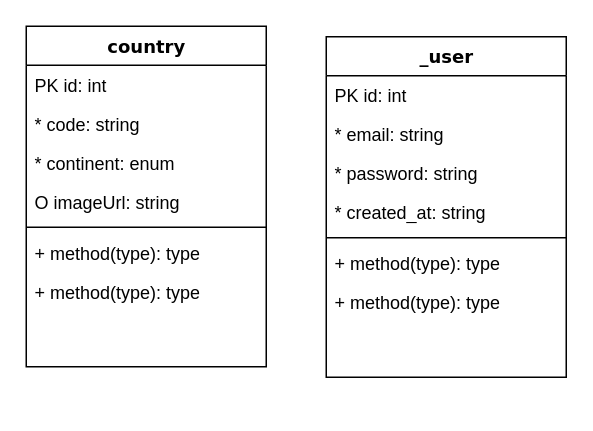
Earlier version of the draw.io diagram index.drawio (Sephsuu/emirates-airport). Source tidied: cells renumbered, new cells numbered last; positions are measured from the earlier drawing's top-left corner, leaving out a move shared by most shapes. Both pictures are drawn from the tidied source at 150%, with x=0, y=0 at pixel (26, 26).
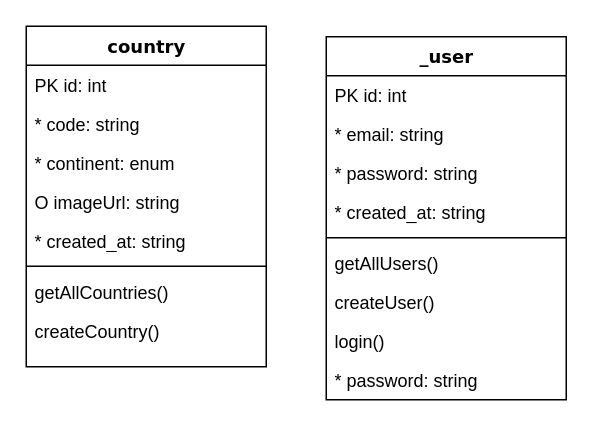
The same diagram, later.

Unchanged cells that the change refers to:
```xml
<mxCell id="2" value="country" style="swimlane;html=1;fontStyle=1;align=center;verticalAlign=top;horizontal=1;startSize=26;swimlaneFillColor=#ffffff;rounded=0;shadow=0;comic=0;labelBackgroundColor=none;strokeWidth=1;fillColor=none;fontFamily=Verdana;fontSize=12;" parent="1" vertex="1">
  <mxGeometry width="160" height="227" as="geometry" />
</mxCell>
```

Diff of the diagram source:
```diff
@@
+    <mxCell id="18" value="* created_at: string" style="text;html=1;strokeColor=none;fillColor=none;align=left;verticalAlign=top;spacingLeft=4;spacingRight=4;whiteSpace=wrap;overflow=hidden;" parent="2" vertex="1">
+      <mxGeometry y="130" width="160" height="26" as="geometry" />
+    </mxCell>
     <mxCell id="7" style="line;html=1;strokeWidth=1;fillColor=none;align=left;verticalAlign=middle;spacingTop=-1;spacingLeft=3;spacingRight=3;labelPosition=right;" parent="2" vertex="1">
-      <mxGeometry y="130" width="160" height="8" as="geometry" />
+      <mxGeometry y="156" width="160" height="8" as="geometry" />
     </mxCell>
-    <mxCell id="8" value="+ method(type): type" style="text;html=1;strokeColor=none;fillColor=none;align=left;verticalAlign=top;spacingLeft=4;spacingRight=4;whiteSpace=wrap;overflow=hidden;" parent="2" vertex="1">
-      <mxGeometry y="138" width="160" height="26" as="geometry" />
+    <mxCell id="8" value="getAllCountries()" style="text;html=1;strokeColor=none;fillColor=none;align=left;verticalAlign=top;spacingLeft=4;spacingRight=4;whiteSpace=wrap;overflow=hidden;" parent="2" vertex="1">
+      <mxGeometry y="164" width="160" height="26" as="geometry" />
     </mxCell>
-    <mxCell id="9" value="+ method(type): type" style="text;html=1;strokeColor=none;fillColor=none;align=left;verticalAlign=top;spacingLeft=4;spacingRight=4;whiteSpace=wrap;overflow=hidden;" parent="2" vertex="1">
-      <mxGeometry y="164" width="160" height="26" as="geometry" />
+    <mxCell id="9" value="createCountry()" style="text;html=1;strokeColor=none;fillColor=none;align=left;verticalAlign=top;spacingLeft=4;spacingRight=4;whiteSpace=wrap;overflow=hidden;" parent="2" vertex="1">
+      <mxGeometry y="190" width="160" height="26" as="geometry" />
     </mxCell>
     <mxCell id="10" value="_user" style="swimlane;html=1;fontStyle=1;align=center;verticalAlign=top;horizontal=1;startSize=26;swimlaneFillColor=#ffffff;rounded=0;shadow=0;comic=0;labelBackgroundColor=none;strokeWidth=1;fillColor=none;fontFamily=Verdana;fontSize=12;" parent="1" vertex="1">
-      <mxGeometry x="200" y="7" width="160" height="227" as="geometry" />
+      <mxGeometry x="200" y="7" width="160" height="242" as="geometry" />
     </mxCell>
@@
-    <mxCell id="16" value="+ method(type): type" style="text;html=1;strokeColor=none;fillColor=none;align=left;verticalAlign=top;spacingLeft=4;spacingRight=4;whiteSpace=wrap;overflow=hidden;" parent="10" vertex="1">
+    <mxCell id="16" value="getAllUsers()" style="text;html=1;strokeColor=none;fillColor=none;align=left;verticalAlign=top;spacingLeft=4;spacingRight=4;whiteSpace=wrap;overflow=hidden;" parent="10" vertex="1">
       <mxGeometry y="138" width="160" height="26" as="geometry" />
     </mxCell>
-    <mxCell id="17" value="+ method(type): type" style="text;html=1;strokeColor=none;fillColor=none;align=left;verticalAlign=top;spacingLeft=4;spacingRight=4;whiteSpace=wrap;overflow=hidden;" parent="10" vertex="1">
+    <mxCell id="17" value="createUser()" style="text;html=1;strokeColor=none;fillColor=none;align=left;verticalAlign=top;spacingLeft=4;spacingRight=4;whiteSpace=wrap;overflow=hidden;" parent="10" vertex="1">
       <mxGeometry y="164" width="160" height="26" as="geometry" />
     </mxCell>
+    <mxCell id="19" value="login()" style="text;html=1;strokeColor=none;fillColor=none;align=left;verticalAlign=top;spacingLeft=4;spacingRight=4;whiteSpace=wrap;overflow=hidden;" parent="10" vertex="1">
+      <mxGeometry y="190" width="160" height="26" as="geometry" />
+    </mxCell>
+    <mxCell id="20" value="* password: string" style="text;html=1;strokeColor=none;fillColor=none;align=left;verticalAlign=top;spacingLeft=4;spacingRight=4;whiteSpace=wrap;overflow=hidden;" parent="10" vertex="1">
+      <mxGeometry y="216" width="160" height="26" as="geometry" />
+    </mxCell>
```
